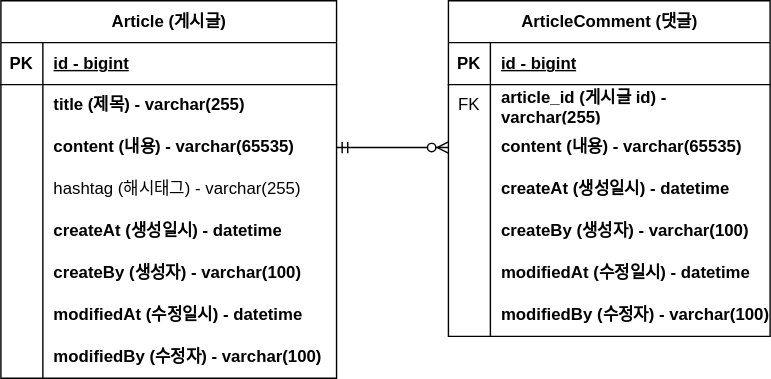
Before: document/study-board-erd.svg, a diagram exported from draw.io (hyunwoo-reborn/study-board). Source tidied: cells renumbered, new cells last; positions are measured from the earlier drawing's top-left corner, leaving out a move shared by most shapes.
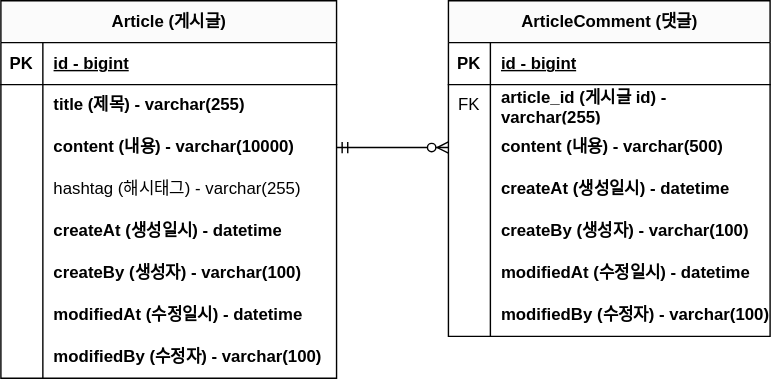
Above is the later version.

Commit message:
#8 - erd 업데이트: content 사이즈 변경

Diff of the diagram source:
```diff
@@ -29,7 +29,7 @@
     <mxCell id="10" style="shape=partialRectangle;fillColor=none;top=0;left=0;bottom=0;right=0;overflow=hidden;whiteSpace=wrap;html=1;" parent="9" vertex="1">
       <mxGeometry width="30" height="30" as="geometry" />
     </mxCell>
-    <mxCell id="11" value="content (내용) - varchar(65535)" style="shape=partialRectangle;fillColor=none;top=0;left=0;bottom=0;right=0;align=left;spacingLeft=6;overflow=hidden;whiteSpace=wrap;html=1;fontStyle=1;" parent="9" vertex="1">
+    <mxCell id="11" value="content (내용) - varchar(10000)" style="shape=partialRectangle;fillColor=none;top=0;left=0;bottom=0;right=0;align=left;spacingLeft=6;overflow=hidden;whiteSpace=wrap;html=1;fontStyle=1;" parent="9" vertex="1">
       <mxGeometry x="30" width="210" height="30" as="geometry" />
     </mxCell>
     <mxCell id="12" style="shape=tableRow;horizontal=0;startSize=0;swimlaneHead=0;swimlaneBody=0;fillColor=none;top=0;left=0;right=0;bottom=0;" parent="2" vertex="1">
@@ -104,7 +104,7 @@
     <mxCell id="35" style="shape=partialRectangle;fillColor=none;top=0;left=0;bottom=0;right=0;overflow=hidden;whiteSpace=wrap;html=1;" parent="34" vertex="1">
       <mxGeometry width="30" height="30" as="geometry" />
     </mxCell>
-    <mxCell id="36" value="content (내용)&amp;nbsp;- varchar(65535)" style="shape=partialRectangle;fillColor=none;top=0;left=0;bottom=0;right=0;align=left;spacingLeft=6;overflow=hidden;whiteSpace=wrap;html=1;fontStyle=1;" parent="34" vertex="1">
+    <mxCell id="36" value="content (내용)&amp;nbsp;- varchar(500)" style="shape=partialRectangle;fillColor=none;top=0;left=0;bottom=0;right=0;align=left;spacingLeft=6;overflow=hidden;whiteSpace=wrap;html=1;fontStyle=1;" parent="34" vertex="1">
       <mxGeometry x="30" width="200" height="30" as="geometry" />
     </mxCell>
     <mxCell id="37" style="shape=tableRow;horizontal=0;startSize=0;swimlaneHead=0;swimlaneBody=0;fillColor=none;top=0;left=0;right=0;bottom=0;" parent="27" vertex="1">
```
